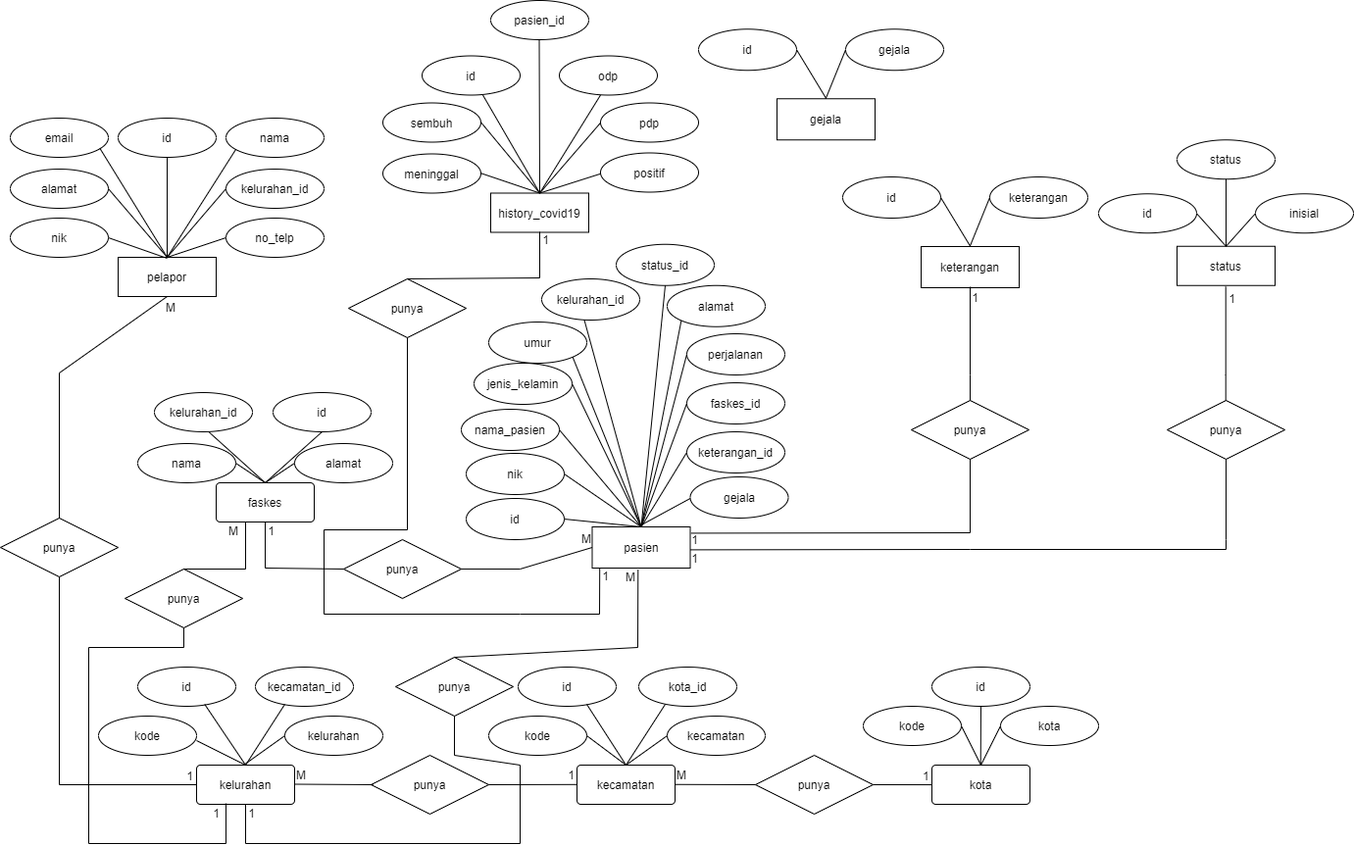
Above: ERD Covid-19.png in axxpxmd/flowchart (draw.io), before the change. Source tidied: cells renumbered, new cells last; positions are measured from the earlier drawing's top-left corner, leaving out a move shared by most shapes.
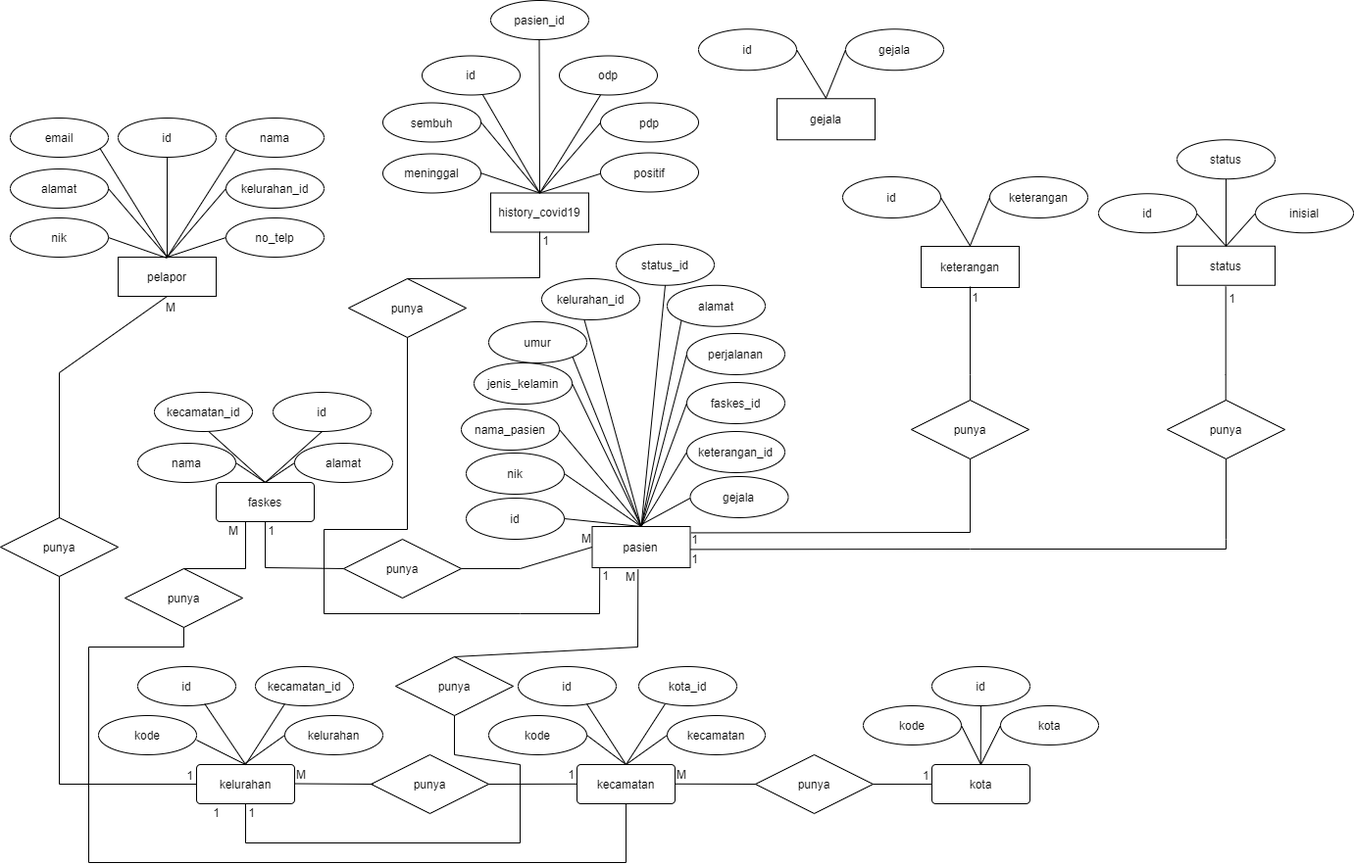
The same diagram one commit later.

Diff of the diagram source:
```diff
@@ -592,7 +592,7 @@
     <mxCell id="148" value="1" style="text;html=1;align=center;verticalAlign=middle;" parent="1" vertex="1">
       <mxGeometry x="246" y="819" width="20" height="20" as="geometry" />
     </mxCell>
-    <mxCell id="149" value="kelurahan_id" style="ellipse;whiteSpace=wrap;html=1;align=center;" parent="1" vertex="1">
+    <mxCell id="149" value="kecamatan_id" style="ellipse;whiteSpace=wrap;html=1;align=center;" parent="1" vertex="1">
       <mxGeometry x="157" y="400" width="100" height="40" as="geometry" />
     </mxCell>
     <mxCell id="150" value="&lt;span style=&quot;color: rgba(0 , 0 , 0 , 0) ; font-family: monospace ; font-size: 0px&quot;&gt;%3CmxGraphModel%3E%3Croot%3E%3CmxCell%20id%3D%220%22%2F%3E%3CmxCell%20id%3D%221%22%20parent%3D%220%22%2F%3E%3CmxCell%20id%3D%222%22%20value%3D%22%22%20style%3D%22endArrow%3Dnone%3Bhtml%3D1%3Brounded%3D0%3BentryX%3D0.5%3BentryY%3D1%3BentryDx%3D0%3BentryDy%3D0%3B%22%20edge%3D%221%22%20parent%3D%221%22%3E%3CmxGeometry%20relative%3D%221%22%20as%3D%22geometry%22%3E%3CmxPoint%20x%3D%22-299.9900000000001%22%20y%3D%22632%22%20as%3D%22sourcePoint%22%2F%3E%3CmxPoint%20x%3D%22-242%22%20y%3D%22580%22%20as%3D%22targetPoint%22%2F%3E%3C%2FmxGeometry%3E%3C%2FmxCell%3E%3C%2Froot%3E%3C%2FmxGraphModel%3E&lt;/span&gt;&lt;span style=&quot;color: rgba(0 , 0 , 0 , 0) ; font-family: monospace ; font-size: 0px&quot;&gt;%3CmxGraphModel%3E%3Croot%3E%3CmxCell%20id%3D%220%22%2F%3E%3CmxCell%20id%3D%221%22%20parent%3D%220%22%2F%3E%3CmxCell%20id%3D%222%22%20value%3D%22%22%20style%3D%22endArrow%3Dnone%3Bhtml%3D1%3Brounded%3D0%3BentryX%3D0.5%3BentryY%3D1%3BentryDx%3D0%3BentryDy%3D0%3B%22%20edge%3D%221%22%20parent%3D%221%22%3E%3CmxGeometry%20relative%3D%221%22%20as%3D%22geometry%22%3E%3CmxPoint%20x%3D%22-299.9900000000001%22%20y%3D%22632%22%20as%3D%22sourcePoint%22%2F%3E%3CmxPoint%20x%3D%22-242%22%20y%3D%22580%22%20as%3D%22targetPoint%22%2F%3E%3C%2FmxGeometry%3E%3C%2FmxCell%3E%3C%2Froot%3E%3C%2FmxGraphModel%3E&lt;/span&gt;" style="text;html=1;align=center;verticalAlign=middle;" parent="1" vertex="1">
@@ -617,14 +617,13 @@
         <mxPoint x="10" y="18" as="offset" />
       </mxGeometry>
     </mxCell>
-    <mxCell id="155" style="endArrow=none;html=1;rounded=0;exitX=0.5;exitY=1;exitDx=0;exitDy=0;entryX=0.5;entryY=1;entryDx=0;entryDy=0;" parent="1" edge="1" source="152">
+    <mxCell id="155" style="endArrow=none;html=1;rounded=0;exitX=0.5;exitY=1;exitDx=0;exitDy=0;entryX=0.5;entryY=1;entryDx=0;entryDy=0;" parent="1" edge="1" source="152" target="41">
       <mxGeometry relative="1" as="geometry">
-        <mxPoint x="230" y="819" as="targetPoint" />
         <Array as="points">
           <mxPoint x="187" y="660" />
           <mxPoint x="90" y="660" />
-          <mxPoint x="90" y="860" />
-          <mxPoint x="230" y="860" />
+          <mxPoint x="90" y="880" />
+          <mxPoint x="638" y="880" />
         </Array>
       </mxGeometry>
     </mxCell>
```
